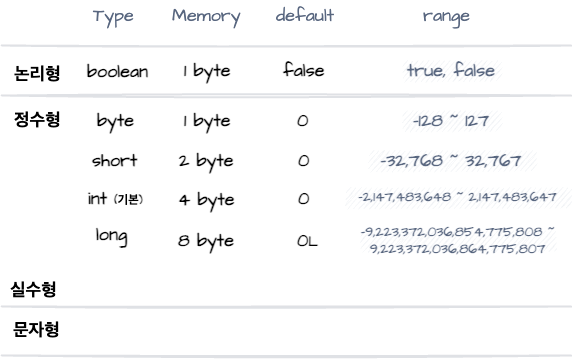
Earlier version of the draw.io export primitive.png (ryehwa/coding_image). Source tidied: cells renumbered, new cells last; positions are measured from the earlier drawing's top-left corner, leaving out a move shared by most shapes.
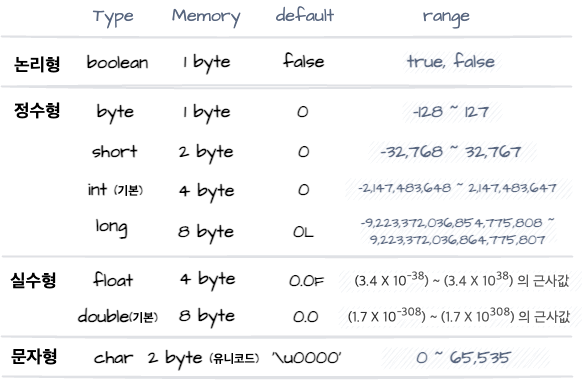
After the change.

The edit, as a diff of the source:
```diff
@@ -3,7 +3,7 @@
     <mxCell id="0" />
     <mxCell id="1" parent="0" />
     <mxCell id="2" value="&lt;font style=&quot;user-select: auto; font-size: 18px;&quot;&gt;&lt;span style=&quot;user-select: auto;&quot;&gt;Type&lt;/span&gt;&lt;/font&gt;" style="html=1;fillColor=none;strokeColor=none;fontSize=11;align=left;fontColor=#596780;whiteSpace=wrap;sketch=1;hachureGap=4;fontFamily=Architects Daughter;fontSource=https%3A%2F%2Ffonts.googleapis.com%2Fcss%3Ffamily%3DArchitects%2BDaughter;" parent="1" vertex="1">
-      <mxGeometry x="90" width="50" height="30" as="geometry" />
+      <mxGeometry x="90" y="9" width="50" height="30" as="geometry" />
     </mxCell>
     <mxCell id="3" style="shape=line;strokeWidth=2;html=1;strokeColor=#DFE1E5;sketch=1;hachureGap=4;fontFamily=Architects Daughter;fontSource=https%3A%2F%2Ffonts.googleapis.com%2Fcss%3Ffamily%3DArchitects%2BDaughter;fontSize=20;" parent="1" vertex="1">
       <mxGeometry y="40" width="570" height="10" as="geometry" />
@@ -15,13 +15,13 @@
       <mxGeometry x="400" y="60" width="100" height="20" as="geometry" />
     </mxCell>
     <mxCell id="6" value="&lt;span style=&quot;font-size: 18px; user-select: auto;&quot;&gt;Memory&lt;/span&gt;" style="html=1;fillColor=none;strokeColor=none;fontSize=11;align=left;fontColor=#596780;whiteSpace=wrap;sketch=1;hachureGap=4;fontFamily=Architects Daughter;fontSource=https%3A%2F%2Ffonts.googleapis.com%2Fcss%3Ffamily%3DArchitects%2BDaughter;" parent="1" vertex="1">
-      <mxGeometry x="169" width="80" height="30" as="geometry" />
+      <mxGeometry x="169" y="9" width="80" height="30" as="geometry" />
     </mxCell>
     <mxCell id="7" value="&lt;span style=&quot;font-size: 18px; user-select: auto;&quot;&gt;default&lt;/span&gt;" style="html=1;fillColor=none;strokeColor=none;fontSize=11;align=left;fontColor=#596780;whiteSpace=wrap;sketch=1;hachureGap=4;fontFamily=Architects Daughter;fontSource=https%3A%2F%2Ffonts.googleapis.com%2Fcss%3Ffamily%3DArchitects%2BDaughter;" parent="1" vertex="1">
-      <mxGeometry x="273" width="80" height="30" as="geometry" />
+      <mxGeometry x="273" y="9" width="80" height="30" as="geometry" />
     </mxCell>
     <mxCell id="8" value="&lt;span style=&quot;font-size: 18px;&quot;&gt;range&lt;/span&gt;" style="html=1;fillColor=none;strokeColor=none;fontSize=11;align=left;fontColor=#596780;whiteSpace=wrap;sketch=1;hachureGap=4;fontFamily=Architects Daughter;fontSource=https%3A%2F%2Ffonts.googleapis.com%2Fcss%3Ffamily%3DArchitects%2BDaughter;" parent="1" vertex="1">
-      <mxGeometry x="420" width="80" height="30" as="geometry" />
+      <mxGeometry x="420" y="9" width="80" height="30" as="geometry" />
     </mxCell>
     <mxCell id="9" value="&lt;font style=&quot;font-size: 18px; user-select: auto;&quot;&gt;정수형&lt;/font&gt;" style="html=1;fillColor=none;strokeColor=none;fontSize=12;align=left;fontColor=#000000;whiteSpace=wrap;fontStyle=1;sketch=1;hachureGap=4;fontFamily=Architects Daughter;fontSource=https%3A%2F%2Ffonts.googleapis.com%2Fcss%3Ffamily%3DArchitects%2BDaughter;" parent="1" vertex="1">
       <mxGeometry x="11" y="110" width="83" height="20" as="geometry" />
@@ -33,13 +33,13 @@
       <mxGeometry x="7" y="280" width="83" height="20" as="geometry" />
     </mxCell>
     <mxCell id="12" value="&lt;font style=&quot;font-size: 18px; user-select: auto;&quot;&gt;문자형&lt;/font&gt;" style="html=1;fillColor=none;strokeColor=none;fontSize=12;align=left;fontColor=#000000;whiteSpace=wrap;fontStyle=1;sketch=1;hachureGap=4;fontFamily=Architects Daughter;fontSource=https%3A%2F%2Ffonts.googleapis.com%2Fcss%3Ffamily%3DArchitects%2BDaughter;" parent="1" vertex="1">
-      <mxGeometry x="10" y="320" width="83" height="20" as="geometry" />
+      <mxGeometry x="8" y="356" width="83" height="20" as="geometry" />
     </mxCell>
     <mxCell id="13" style="shape=line;strokeWidth=2;html=1;strokeColor=#DFE1E5;sketch=1;hachureGap=4;fontFamily=Architects Daughter;fontSource=https%3A%2F%2Ffonts.googleapis.com%2Fcss%3Ffamily%3DArchitects%2BDaughter;fontSize=20;" parent="1" vertex="1">
-      <mxGeometry y="301" width="570" height="10" as="geometry" />
+      <mxGeometry y="340" width="570" height="10" as="geometry" />
     </mxCell>
     <mxCell id="14" style="shape=line;strokeWidth=2;html=1;strokeColor=#DFE1E5;sketch=1;hachureGap=4;fontFamily=Architects Daughter;fontSource=https%3A%2F%2Ffonts.googleapis.com%2Fcss%3Ffamily%3DArchitects%2BDaughter;fontSize=20;" parent="1" vertex="1">
-      <mxGeometry y="350" width="570" height="10" as="geometry" />
+      <mxGeometry x="1" y="380" width="570" height="10" as="geometry" />
     </mxCell>
     <mxCell id="15" value="&lt;font style=&quot;user-select: auto; font-size: 18px;&quot;&gt;&lt;b style=&quot;user-select: auto;&quot;&gt;-128 ~ 127&lt;/b&gt;&lt;/font&gt;" style="rounded=1;arcSize=5;fillColor=#F0F2F5;strokeColor=none;fontColor=#596780;align=center;verticalAlign=middle;whiteSpace=wrap;fontSize=10;fontStyle=0;html=1;sketch=1;hachureGap=4;fontFamily=Architects Daughter;fontSource=https%3A%2F%2Ffonts.googleapis.com%2Fcss%3Ffamily%3DArchitects%2BDaughter;" parent="1" vertex="1">
       <mxGeometry x="400" y="110" width="100" height="20" as="geometry" />
@@ -87,7 +87,7 @@
       <mxGeometry x="295" y="150" width="83" height="20" as="geometry" />
     </mxCell>
     <mxCell id="30" value="&lt;span style=&quot;font-size: 18px; user-select: auto;&quot;&gt;0&lt;/span&gt;&lt;span style=&quot;user-select: auto;&quot;&gt;&lt;font style=&quot;user-select: auto; font-size: 14px;&quot;&gt;L&lt;/font&gt;&lt;/span&gt;" style="html=1;fillColor=none;strokeColor=none;fontSize=12;align=left;fontColor=#000000;whiteSpace=wrap;fontStyle=1;sketch=1;hachureGap=4;fontFamily=Architects Daughter;fontSource=https%3A%2F%2Ffonts.googleapis.com%2Fcss%3Ffamily%3DArchitects%2BDaughter;" parent="1" vertex="1">
-      <mxGeometry x="294" y="230" width="83" height="20" as="geometry" />
+      <mxGeometry x="290" y="230" width="83" height="20" as="geometry" />
     </mxCell>
     <mxCell id="31" value="&lt;font style=&quot;user-select: auto; font-size: 18px;&quot;&gt;&lt;b style=&quot;user-select: auto;&quot;&gt;-32,768 ~ 32,767&lt;/b&gt;&lt;/font&gt;" style="rounded=1;arcSize=5;fillColor=#F0F2F5;strokeColor=none;fontColor=#596780;align=center;verticalAlign=middle;whiteSpace=wrap;fontSize=10;fontStyle=0;html=1;sketch=1;hachureGap=4;fontFamily=Architects Daughter;fontSource=https%3A%2F%2Ffonts.googleapis.com%2Fcss%3Ffamily%3DArchitects%2BDaughter;" parent="1" vertex="1">
       <mxGeometry x="366" y="150" width="168" height="20" as="geometry" />
@@ -98,5 +98,44 @@
     <mxCell id="33" value="&lt;font style=&quot;user-select: auto; font-size: 14px;&quot;&gt;&lt;b style=&quot;user-select: auto;&quot;&gt;-2,147,483,648 ~ 2,147,483,647&lt;/b&gt;&lt;/font&gt;" style="rounded=1;arcSize=5;fillColor=#F0F2F5;strokeColor=none;fontColor=#596780;align=center;verticalAlign=middle;whiteSpace=wrap;fontSize=10;fontStyle=0;html=1;sketch=1;hachureGap=4;fontFamily=Architects Daughter;fontSource=https%3A%2F%2Ffonts.googleapis.com%2Fcss%3Ffamily%3DArchitects%2BDaughter;" parent="1" vertex="1">
       <mxGeometry x="343" y="187" width="227" height="20" as="geometry" />
     </mxCell>
+    <mxCell id="34" style="shape=line;strokeWidth=2;html=1;strokeColor=#DFE1E5;sketch=1;hachureGap=4;fontFamily=Architects Daughter;fontSource=https%3A%2F%2Ffonts.googleapis.com%2Fcss%3Ffamily%3DArchitects%2BDaughter;fontSize=20;" parent="1" vertex="1">
+      <mxGeometry x="1" y="260" width="570" height="10" as="geometry" />
+    </mxCell>
+    <mxCell id="35" value="&lt;font style=&quot;user-select: auto;&quot;&gt;&lt;span style=&quot;font-size: 18px;&quot;&gt;float&lt;/span&gt;&lt;br style=&quot;user-select: auto;&quot;&gt;&lt;/font&gt;" style="html=1;fillColor=none;strokeColor=none;fontSize=12;align=left;fontColor=#000000;whiteSpace=wrap;fontStyle=1;sketch=1;hachureGap=4;fontFamily=Architects Daughter;fontSource=https%3A%2F%2Ffonts.googleapis.com%2Fcss%3Ffamily%3DArchitects%2BDaughter;" parent="1" vertex="1">
+      <mxGeometry x="90" y="279" width="83" height="20" as="geometry" />
+    </mxCell>
+    <mxCell id="36" value="&lt;font style=&quot;user-select: auto;&quot;&gt;&lt;span style=&quot;font-size: 18px; user-select: auto;&quot;&gt;double&lt;/span&gt;&lt;span style=&quot;user-select: auto;&quot;&gt;&lt;font style=&quot;font-size: 12px;&quot;&gt;(기본)&lt;/font&gt;&lt;/span&gt;&lt;br style=&quot;user-select: auto;&quot;&gt;&lt;/font&gt;" style="html=1;fillColor=none;strokeColor=none;fontSize=12;align=left;fontColor=#000000;whiteSpace=wrap;fontStyle=1;sketch=1;hachureGap=4;fontFamily=Architects Daughter;fontSource=https%3A%2F%2Ffonts.googleapis.com%2Fcss%3Ffamily%3DArchitects%2BDaughter;" parent="1" vertex="1">
+      <mxGeometry x="75" y="315" width="83" height="20" as="geometry" />
+    </mxCell>
+    <mxCell id="37" value="&lt;span style=&quot;font-size: 18px; user-select: auto;&quot;&gt;4 byte&lt;/span&gt;" style="html=1;fillColor=none;strokeColor=none;fontSize=12;align=left;fontColor=#000000;whiteSpace=wrap;fontStyle=1;sketch=1;hachureGap=4;fontFamily=Architects Daughter;fontSource=https%3A%2F%2Ffonts.googleapis.com%2Fcss%3Ffamily%3DArchitects%2BDaughter;" parent="1" vertex="1">
+      <mxGeometry x="176" y="277" width="83" height="20" as="geometry" />
+    </mxCell>
+    <mxCell id="38" value="&lt;span style=&quot;font-size: 18px; user-select: auto;&quot;&gt;8 byte&lt;/span&gt;" style="html=1;fillColor=none;strokeColor=none;fontSize=12;align=left;fontColor=#000000;whiteSpace=wrap;fontStyle=1;sketch=1;hachureGap=4;fontFamily=Architects Daughter;fontSource=https%3A%2F%2Ffonts.googleapis.com%2Fcss%3Ffamily%3DArchitects%2BDaughter;" parent="1" vertex="1">
+      <mxGeometry x="176" y="314" width="83" height="20" as="geometry" />
+    </mxCell>
+    <mxCell id="39" value="&lt;span style=&quot;font-size: 18px; user-select: auto;&quot;&gt;0.0&lt;/span&gt;&lt;span style=&quot;user-select: auto;&quot;&gt;&lt;font style=&quot;font-size: 14px;&quot;&gt;F&lt;/font&gt;&lt;/span&gt;" style="html=1;fillColor=none;strokeColor=none;fontSize=12;align=left;fontColor=#000000;whiteSpace=wrap;fontStyle=1;sketch=1;hachureGap=4;fontFamily=Architects Daughter;fontSource=https%3A%2F%2Ffonts.googleapis.com%2Fcss%3Ffamily%3DArchitects%2BDaughter;" parent="1" vertex="1">
+      <mxGeometry x="286" y="279" width="83" height="20" as="geometry" />
+    </mxCell>
+    <mxCell id="40" value="&lt;span style=&quot;font-size: 18px; user-select: auto;&quot;&gt;0.0&lt;/span&gt;" style="html=1;fillColor=none;strokeColor=none;fontSize=12;align=left;fontColor=#000000;whiteSpace=wrap;fontStyle=1;sketch=1;hachureGap=4;fontFamily=Architects Daughter;fontSource=https%3A%2F%2Ffonts.googleapis.com%2Fcss%3Ffamily%3DArchitects%2BDaughter;" parent="1" vertex="1">
+      <mxGeometry x="290" y="315" width="83" height="20" as="geometry" />
+    </mxCell>
+    <mxCell id="41" value="&lt;font style=&quot;user-select: auto;&quot;&gt;&lt;span style=&quot;font-size: 18px;&quot;&gt;char&lt;/span&gt;&lt;br style=&quot;user-select: auto;&quot;&gt;&lt;/font&gt;" style="html=1;fillColor=none;strokeColor=none;fontSize=12;align=left;fontColor=#000000;whiteSpace=wrap;fontStyle=1;sketch=1;hachureGap=4;fontFamily=Architects Daughter;fontSource=https%3A%2F%2Ffonts.googleapis.com%2Fcss%3Ffamily%3DArchitects%2BDaughter;" parent="1" vertex="1">
+      <mxGeometry x="91" y="356" width="83" height="20" as="geometry" />
+    </mxCell>
+    <mxCell id="42" value="&lt;span style=&quot;font-size: 18px; user-select: auto;&quot;&gt;2 byte &lt;/span&gt;&lt;span style=&quot;user-select: auto;&quot;&gt;&lt;font style=&quot;font-size: 12px;&quot;&gt;(유니코드)&lt;/font&gt;&lt;/span&gt;" style="html=1;fillColor=none;strokeColor=none;fontSize=12;align=left;fontColor=#000000;whiteSpace=wrap;fontStyle=1;sketch=1;hachureGap=4;fontFamily=Architects Daughter;fontSource=https%3A%2F%2Ffonts.googleapis.com%2Fcss%3Ffamily%3DArchitects%2BDaughter;" parent="1" vertex="1">
+      <mxGeometry x="145" y="356" width="123" height="20" as="geometry" />
+    </mxCell>
+    <mxCell id="43" value="&lt;span style=&quot;font-size: 18px; user-select: auto;&quot;&gt;'\u0000'&lt;/span&gt;" style="html=1;fillColor=none;strokeColor=none;fontSize=12;align=left;fontColor=#000000;whiteSpace=wrap;fontStyle=1;sketch=1;hachureGap=4;fontFamily=Architects Daughter;fontSource=https%3A%2F%2Ffonts.googleapis.com%2Fcss%3Ffamily%3DArchitects%2BDaughter;" parent="1" vertex="1">
+      <mxGeometry x="269" y="356" width="110" height="20" as="geometry" />
+    </mxCell>
+    <mxCell id="44" value="&lt;font style=&quot;user-select: auto; font-size: 14px;&quot;&gt;&lt;span style=&quot;box-sizing: border-box; user-select: auto; color: rgb(51, 51, 51); text-align: start; background-color: rgb(255, 255, 255); font-family: &amp;quot;맑은 고딕&amp;quot;, sans-serif;&quot;&gt;&amp;nbsp;&lt;/span&gt;&lt;span style=&quot;box-sizing: border-box; user-select: auto; color: rgb(51, 51, 51); text-align: start; background-color: rgb(255, 255, 255); font-family: &amp;quot;맑은 고딕&amp;quot;, sans-serif;&quot;&gt;(3.4 X 10&lt;/span&gt;&lt;sup style=&quot;text-align: start; background-color: rgb(255, 255, 255); box-sizing: border-box; color: rgb(87, 87, 87); font-family: notokr; user-select: auto;&quot;&gt;&lt;span style=&quot;box-sizing: border-box; user-select: auto; font-family: &amp;quot;맑은 고딕&amp;quot;, sans-serif;&quot;&gt;-38&lt;/span&gt;&lt;/sup&gt;&lt;span style=&quot;box-sizing: border-box; user-select: auto; text-align: start; background-color: rgb(255, 255, 255); color: rgb(87, 87, 87); font-family: &amp;quot;맑은 고딕&amp;quot;, sans-serif;&quot;&gt;) ~ (3.4 X 10&lt;/span&gt;&lt;sup style=&quot;text-align: start; background-color: rgb(255, 255, 255); box-sizing: border-box; color: rgb(87, 87, 87); font-family: notokr; user-select: auto;&quot;&gt;&lt;span style=&quot;box-sizing: border-box; user-select: auto; font-family: &amp;quot;맑은 고딕&amp;quot;, sans-serif;&quot;&gt;38&lt;/span&gt;&lt;/sup&gt;&lt;span style=&quot;box-sizing: border-box; user-select: auto; text-align: start; background-color: rgb(255, 255, 255); color: rgb(87, 87, 87); font-family: &amp;quot;맑은 고딕&amp;quot;, sans-serif;&quot;&gt;) 의 근사값&lt;/span&gt;&lt;/font&gt;" style="rounded=1;arcSize=5;fillColor=#F0F2F5;strokeColor=none;fontColor=#596780;align=center;verticalAlign=middle;whiteSpace=wrap;fontSize=10;fontStyle=0;html=1;sketch=1;hachureGap=4;fontFamily=Architects Daughter;fontSource=https%3A%2F%2Ffonts.googleapis.com%2Fcss%3Ffamily%3DArchitects%2BDaughter;" parent="1" vertex="1">
+      <mxGeometry x="336.5" y="279" width="243.5" height="20" as="geometry" />
+    </mxCell>
+    <mxCell id="45" value="&lt;font style=&quot;user-select: auto; font-size: 14px;&quot;&gt;&lt;span style=&quot;box-sizing: border-box; user-select: auto; color: rgb(51, 51, 51); text-align: start; background-color: rgb(255, 255, 255); font-family: &amp;quot;맑은 고딕&amp;quot;, sans-serif;&quot;&gt;(1.7 X 10&lt;/span&gt;&lt;sup style=&quot;text-align: start; background-color: rgb(255, 255, 255); box-sizing: border-box; color: rgb(87, 87, 87); font-family: notokr; user-select: auto;&quot;&gt;&lt;span style=&quot;box-sizing: border-box; user-select: auto; font-family: &amp;quot;맑은 고딕&amp;quot;, sans-serif;&quot;&gt;-308&lt;/span&gt;&lt;/sup&gt;&lt;span style=&quot;box-sizing: border-box; user-select: auto; text-align: start; background-color: rgb(255, 255, 255); color: rgb(87, 87, 87); font-family: &amp;quot;맑은 고딕&amp;quot;, sans-serif;&quot;&gt;) ~ (1.7 X 10&lt;/span&gt;&lt;sup style=&quot;text-align: start; background-color: rgb(255, 255, 255); box-sizing: border-box; color: rgb(87, 87, 87); font-family: notokr; user-select: auto;&quot;&gt;&lt;span style=&quot;box-sizing: border-box; user-select: auto; font-family: &amp;quot;맑은 고딕&amp;quot;, sans-serif;&quot;&gt;308&lt;/span&gt;&lt;/sup&gt;&lt;span style=&quot;box-sizing: border-box; user-select: auto; text-align: start; background-color: rgb(255, 255, 255); color: rgb(87, 87, 87); font-family: &amp;quot;맑은 고딕&amp;quot;, sans-serif;&quot;&gt;) 의 근사값&lt;/span&gt;&lt;/font&gt;" style="rounded=1;arcSize=5;fillColor=#F0F2F5;strokeColor=none;fontColor=#596780;align=center;verticalAlign=middle;whiteSpace=wrap;fontSize=10;fontStyle=0;html=1;sketch=1;hachureGap=4;fontFamily=Architects Daughter;fontSource=https%3A%2F%2Ffonts.googleapis.com%2Fcss%3Ffamily%3DArchitects%2BDaughter;" parent="1" vertex="1">
+      <mxGeometry x="336.2" y="315" width="243.5" height="20" as="geometry" />
+    </mxCell>
+    <mxCell id="46" value="&lt;font style=&quot;user-select: auto; font-size: 18px;&quot;&gt;&lt;b style=&quot;user-select: auto;&quot;&gt;0 ~ 65,535&lt;/b&gt;&lt;/font&gt;" style="rounded=1;arcSize=5;fillColor=#F0F2F5;strokeColor=none;fontColor=#596780;align=center;verticalAlign=middle;whiteSpace=wrap;fontSize=10;fontStyle=0;html=1;sketch=1;hachureGap=4;fontFamily=Architects Daughter;fontSource=https%3A%2F%2Ffonts.googleapis.com%2Fcss%3Ffamily%3DArchitects%2BDaughter;" parent="1" vertex="1">
+      <mxGeometry x="379" y="356" width="168" height="20" as="geometry" />
+    </mxCell>
   </root>
 </mxGraphModel>
```
